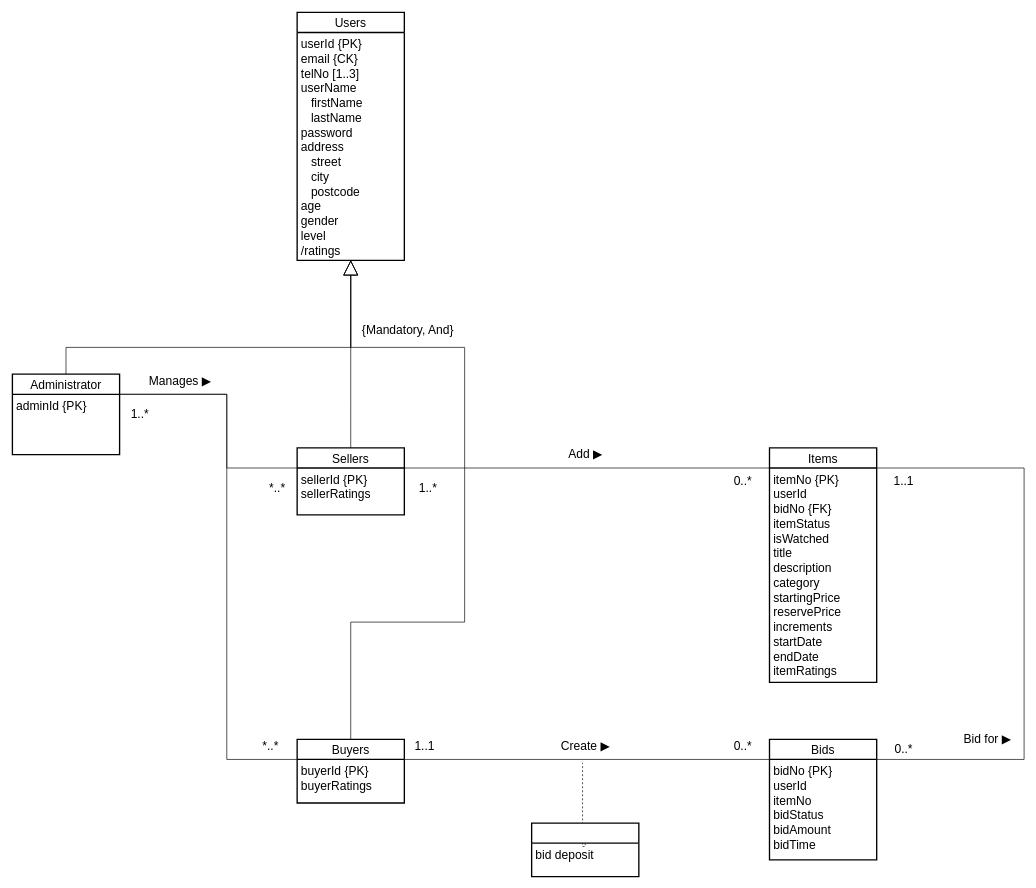
gearhere/auction-house keeps this draw.io diagram as AuctionHouse.drawio. Above is the earlier version. Source tidied: cells renumbered, new cells numbered last; positions are measured from the earlier drawing's top-left corner, leaving out a move shared by most shapes. Both pictures are drawn from the tidied source at 67%, with x=0, y=0 at pixel (12, 12).
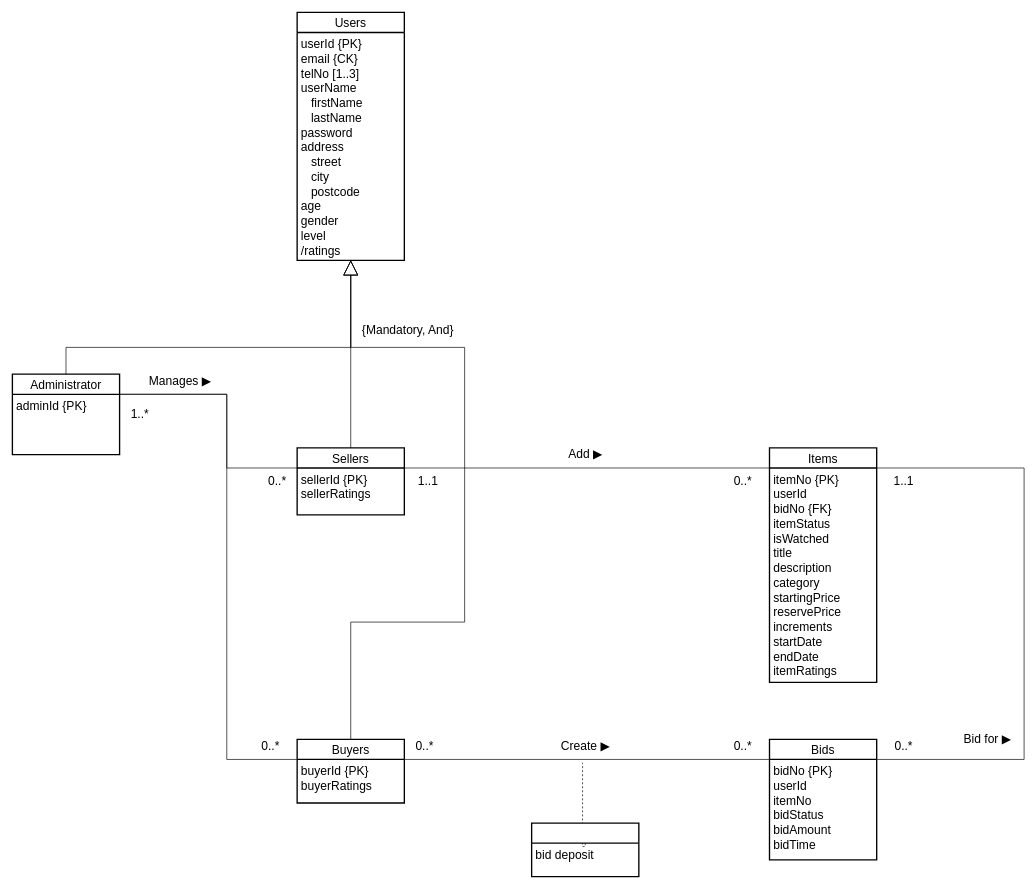
Above is the later version.

Commit message:
correct multiplicty of the ER diagram

Change to the diagram source:
```diff
@@
-    <mxCell id="10" value="*..*" style="text;html=1;align=center;verticalAlign=middle;fontSize=18;fontStyle=0;" parent="1" vertex="1">
-      <mxGeometry x="375" y="695" width="40" height="30" as="geometry" />
+    <mxCell id="10" value="0..*" style="text;html=1;align=center;verticalAlign=middle;fontSize=18;fontStyle=0;" parent="1" vertex="1">
+      <mxGeometry x="375" y="685" width="40" height="30" as="geometry" />
     </mxCell>
-    <mxCell id="11" value="*..*" style="text;html=1;align=center;verticalAlign=middle;fontSize=18;fontStyle=0;" parent="1" vertex="1">
+    <mxCell id="11" value="0..*" style="text;html=1;align=center;verticalAlign=middle;fontSize=18;fontStyle=0;" parent="1" vertex="1">
       <mxGeometry x="365" y="1080" width="40" height="30" as="geometry" />
     </mxCell>
@@
-    <mxCell id="15" value="1..*" style="text;html=1;align=center;verticalAlign=middle;fontSize=18;fontStyle=0;" parent="1" vertex="1">
-      <mxGeometry x="600" y="695" width="40" height="30" as="geometry" />
+    <mxCell id="15" value="1..1" style="text;html=1;align=center;verticalAlign=middle;fontSize=18;fontStyle=0;" parent="1" vertex="1">
+      <mxGeometry x="595" y="685" width="50" height="30" as="geometry" />
     </mxCell>
@@
-    <mxCell id="17" value="1..1" style="text;html=1;align=center;verticalAlign=middle;fontSize=18;fontStyle=0;" parent="1" vertex="1">
-      <mxGeometry x="590" y="1080" width="50" height="30" as="geometry" />
+    <mxCell id="17" value="0..*" style="text;html=1;align=center;verticalAlign=middle;fontSize=18;fontStyle=0;" parent="1" vertex="1">
+      <mxGeometry x="595" y="1080" width="40" height="30" as="geometry" />
     </mxCell>
@@
     <mxCell id="21" value="0..*" style="text;html=1;align=center;verticalAlign=middle;fontSize=18;fontStyle=0;" parent="1" vertex="1">
-      <mxGeometry x="1310" y="1085" width="40" height="30" as="geometry" />
+      <mxGeometry x="1310" y="1080" width="40" height="30" as="geometry" />
     </mxCell>
```
